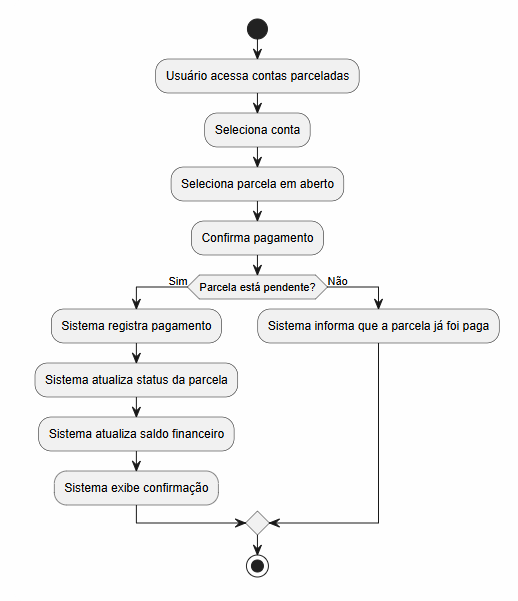
This is docs/modelagem/atividades/pagamento-parcela.png from Nathan-Edu/Financa-Facil, a PlantUML export, as it was before one commit. Its source is kept beside it as docs/modelagem/atividades/pagamento-parcela.puml. Source of this version:
```plantuml
@startuml
start

:Usuário acessa contas parceladas;
:Informa descrição, valor total, quantidade de parcelas e vencimento;

if (Dados válidos?) then (Sim)
  :Sistema calcula valor das parcelas;
  :Sistema gera parcelas;
  :Sistema registra conta parcelada;
  :Sistema exibe confirmação;
else (Não)
  :Sistema exibe mensagem de erro;
endif

stop
@enduml
```
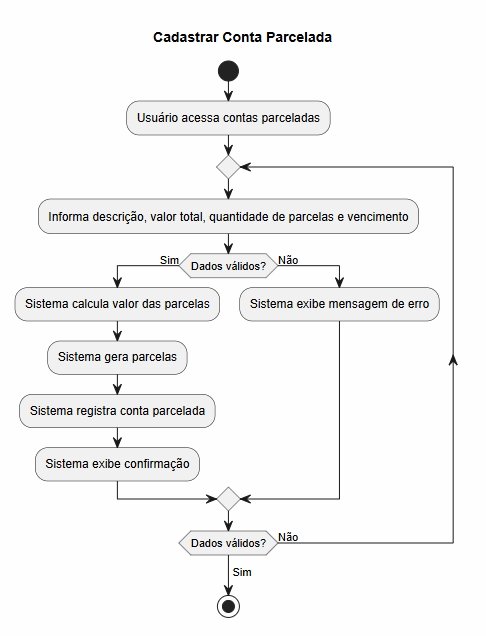
After the change.

Diff of the diagram source:
```diff
@@ -1,17 +1,24 @@
 @startuml
+title Cadastrar Conta Parcelada
+
 start
 
 :Usuário acessa contas parceladas;
-:Informa descrição, valor total, quantidade de parcelas e vencimento;
 
-if (Dados válidos?) then (Sim)
-  :Sistema calcula valor das parcelas;
-  :Sistema gera parcelas;
-  :Sistema registra conta parcelada;
-  :Sistema exibe confirmação;
-else (Não)
-  :Sistema exibe mensagem de erro;
-endif
+repeat
+  :Informa descrição, valor total, quantidade de parcelas e vencimento;
+
+  if (Dados válidos?) then (Sim)
+    :Sistema calcula valor das parcelas;
+    :Sistema gera parcelas;
+    :Sistema registra conta parcelada;
+    :Sistema exibe confirmação;
+  else (Não)
+    :Sistema exibe mensagem de erro;
+  endif
+
+repeat while (Dados válidos?) is (Não)
+-> Sim;
 
 stop
 @enduml
```
